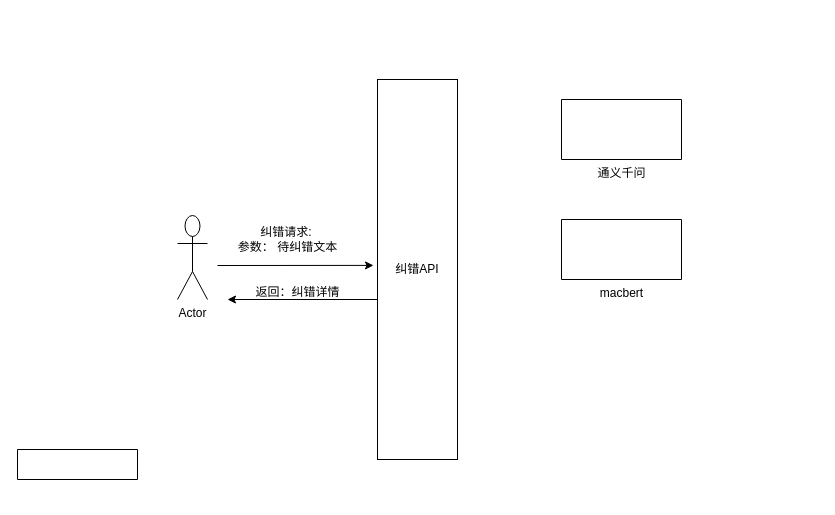
Before: 未命名绘图.drawio in vigorous2008/piggo, a draw.io diagram. Source tidied: cells renumbered, new cells numbered last; positions are measured from the earlier drawing's top-left corner, leaving out a move shared by most shapes. Both pictures are drawn from the tidied source at 100%, with x=0, y=0 at pixel (17, 79). Pictures stored in the file or linked from it are replaced by grey dashed boxes.
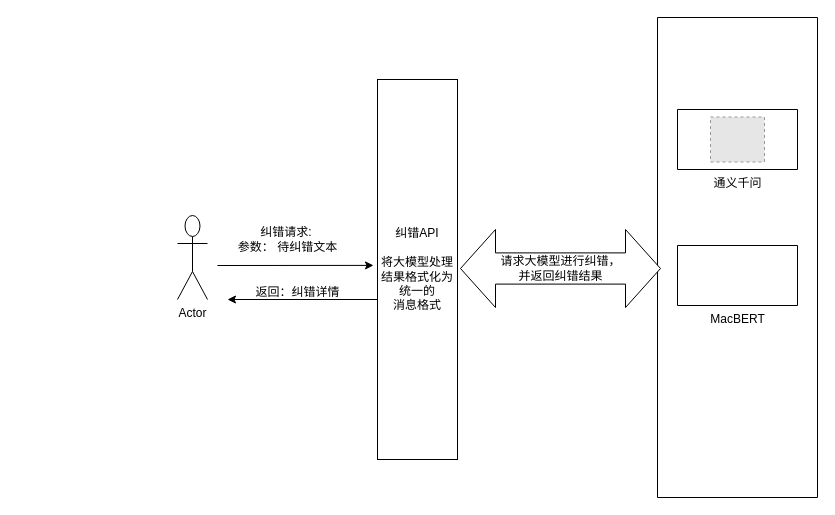
The same diagram, later.

Commit message:
更新未命名绘图.drawio

What changed in the source:
```diff
@@
 <mxGraphModel>
   <root>
     <mxCell id="0" />
     <mxCell id="1" parent="0" />
     <mxCell id="2" value="Actor" style="shape=umlActor;verticalLabelPosition=bottom;verticalAlign=top;html=1;" parent="1" vertex="1">
       <mxGeometry x="160" y="136" width="30" height="84" as="geometry" />
     </mxCell>
-    <mxCell id="3" style="verticalLabelPosition=bottom;verticalAlign=top;html=1;shape=mxgraph.basic.rect;fillColor2=none;strokeWidth=1;size=20;indent=5;" parent="1" vertex="1">
-      <mxGeometry y="370" width="120" height="30" as="geometry" />
-    </mxCell>
-    <mxCell id="4" value="纠错API" style="rounded=0;whiteSpace=wrap;html=1;" parent="1" vertex="1">
+    <mxCell id="4" value="纠错API&lt;br&gt;&lt;br&gt;将大模型处理结果格式化为统一的&lt;br&gt;消息格式" style="rounded=0;whiteSpace=wrap;html=1;" parent="1" vertex="1">
       <mxGeometry x="360" width="80" height="380" as="geometry" />
     </mxCell>
     <mxCell id="5" style="endArrow=classic;html=1;rounded=0;entryX=-0.05;entryY=0.476;entryDx=0;entryDy=0;entryPerimeter=0;" parent="1" edge="1">
       <mxGeometry relative="1" as="geometry">
         <mxPoint x="200" y="186" as="sourcePoint" />
         <mxPoint x="356" y="185.9" as="targetPoint" />
       </mxGeometry>
     </mxCell>
     <mxCell id="6" style="endArrow=classic;html=1;rounded=0;" parent="1" edge="1">
       <mxGeometry relative="1" as="geometry">
         <mxPoint x="360" y="220" as="sourcePoint" />
         <mxPoint x="210" y="220" as="targetPoint" />
       </mxGeometry>
     </mxCell>
     <mxCell id="7" value="纠错请求:&amp;nbsp;&lt;br&gt;参数： 待纠错文本" style="text;html=1;align=center;verticalAlign=middle;strokeColor=none;fillColor=none;" parent="1" vertex="1">
       <mxGeometry x="210" y="140" width="120" height="40" as="geometry" />
     </mxCell>
     <mxCell id="8" value="返回：纠错详情" style="text;html=1;align=center;verticalAlign=middle;strokeColor=none;fillColor=none;" parent="1" vertex="1">
       <mxGeometry x="225" y="198" width="110" height="30" as="geometry" />
     </mxCell>
+    <mxCell id="11" style="verticalLabelPosition=bottom;verticalAlign=top;html=1;shape=mxgraph.basic.rect;fillColor2=none;strokeWidth=1;size=20;indent=5;" parent="1" vertex="1">
+      <mxGeometry x="640" y="-62" width="160" height="480" as="geometry" />
+    </mxCell>
     <mxCell id="9" value="通义千问" style="verticalLabelPosition=bottom;verticalAlign=top;html=1;shape=mxgraph.basic.rect;fillColor2=none;strokeWidth=1;size=20;indent=5;" parent="1" vertex="1">
-      <mxGeometry x="544" y="20" width="120" height="60" as="geometry" />
+      <mxGeometry x="660" y="30" width="120" height="60" as="geometry" />
     </mxCell>
-    <mxCell id="10" value="macbert" style="verticalLabelPosition=bottom;verticalAlign=top;html=1;shape=mxgraph.basic.rect;fillColor2=none;strokeWidth=1;size=20;indent=5;" parent="1" vertex="1">
-      <mxGeometry x="544" y="140" width="120" height="60" as="geometry" />
+    <mxCell id="10" value="MacBERT" style="verticalLabelPosition=bottom;verticalAlign=top;html=1;shape=mxgraph.basic.rect;fillColor2=none;strokeWidth=1;size=20;indent=5;" parent="1" vertex="1">
+      <mxGeometry x="660" y="166" width="120" height="60" as="geometry" />
     </mxCell>
+    <mxCell id="12" style="fillColor=#E6E6E6;strokeColor=#999999;dashed=1;verticalLabelPosition=bottom;labelBackgroundColor=default;verticalAlign=top;" parent="1" vertex="1">
+      <mxGeometry x="693" y="37.5" width="54" height="45" as="geometry" />
+    </mxCell>
+    <mxCell id="13" value="请求大模型进行纠错，&lt;br&gt;并返回纠错结果" style="html=1;shadow=0;dashed=0;align=center;verticalAlign=middle;shape=mxgraph.arrows2.twoWayArrow;dy=0.6;dx=35;" parent="1" vertex="1">
+      <mxGeometry x="443" y="150" width="200" height="78" as="geometry" />
+    </mxCell>
   </root>
 </mxGraphModel>
```
